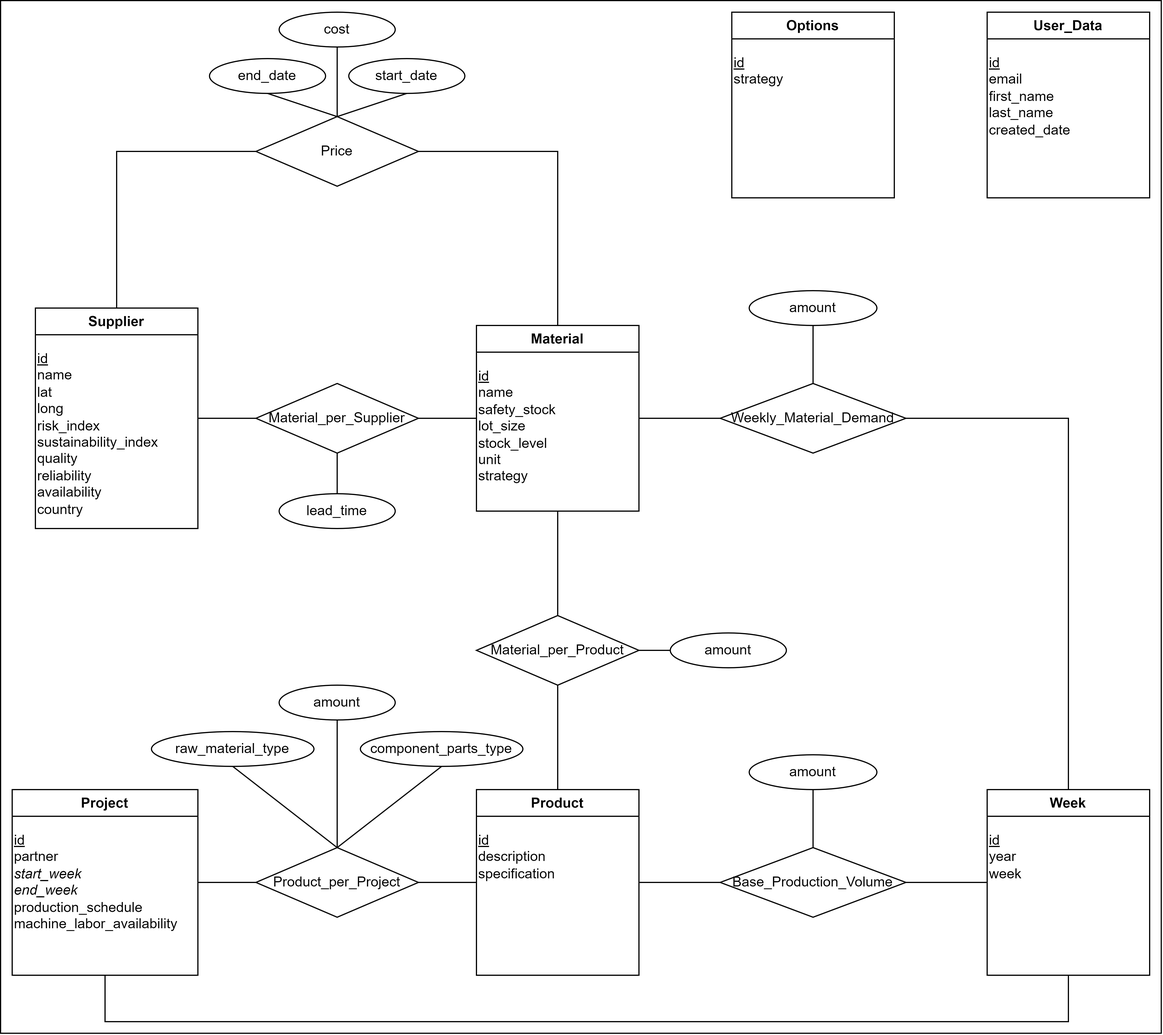
Earlier version of the draw.io export lib/png/UML.drawio.png (DERBersk/batteryapi). Source tidied: cells renumbered, new cells last; positions are measured from the earlier drawing's top-left corner, leaving out a move shared by most shapes.
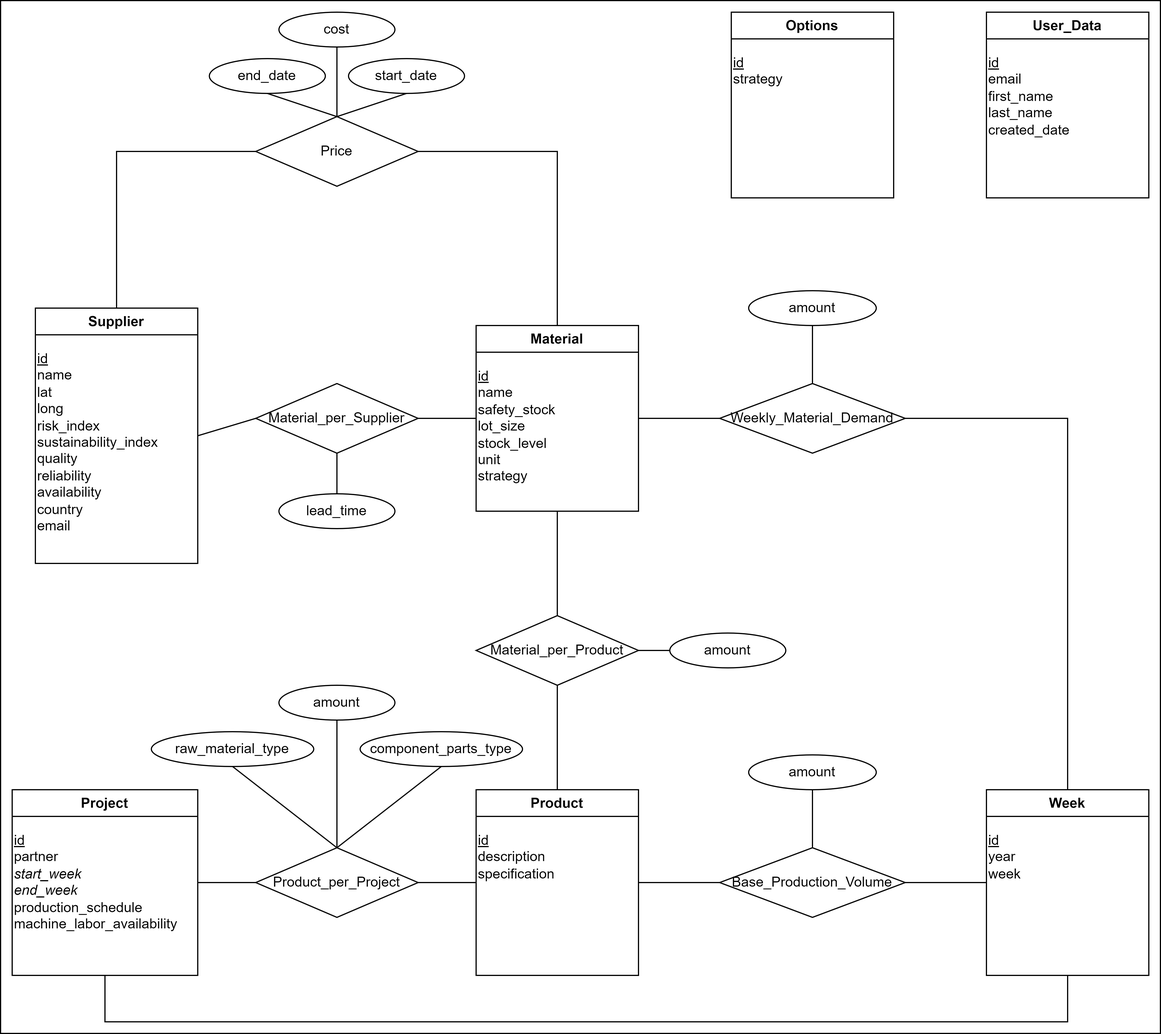
After the commit.

Commit message:
Email added and into external routes

Diff of the diagram source:
```diff
@@ -6,10 +6,10 @@
       <mxGeometry width="1000" height="890" as="geometry" />
     </mxCell>
     <mxCell id="3" value="Supplier" style="swimlane;whiteSpace=wrap;html=1;" parent="1" vertex="1">
-      <mxGeometry x="30" y="265" width="140" height="190" as="geometry" />
+      <mxGeometry x="30" y="265" width="140" height="220" as="geometry" />
     </mxCell>
-    <mxCell id="4" value="&lt;u&gt;id&lt;br&gt;&lt;/u&gt;name&lt;br&gt;&lt;div style=&quot;&quot;&gt;&lt;span style=&quot;background-color: initial;&quot;&gt;lat&lt;/span&gt;&lt;/div&gt;&lt;div style=&quot;&quot;&gt;&lt;span style=&quot;background-color: initial;&quot;&gt;long&lt;/span&gt;&lt;/div&gt;&lt;div style=&quot;&quot;&gt;&lt;span style=&quot;background-color: initial;&quot;&gt;risk_index&lt;/span&gt;&lt;/div&gt;&lt;div style=&quot;&quot;&gt;&lt;span style=&quot;background-color: initial;&quot;&gt;sustainability_index&lt;/span&gt;&lt;/div&gt;&lt;div style=&quot;&quot;&gt;&lt;span style=&quot;background-color: initial;&quot;&gt;quality&lt;/span&gt;&lt;/div&gt;&lt;div style=&quot;&quot;&gt;&lt;span style=&quot;background-color: initial;&quot;&gt;reliability&lt;/span&gt;&lt;/div&gt;&lt;div style=&quot;&quot;&gt;&lt;span style=&quot;background-color: initial;&quot;&gt;availability&lt;/span&gt;&lt;/div&gt;&lt;div style=&quot;&quot;&gt;&lt;span style=&quot;background-color: initial;&quot;&gt;country&lt;/span&gt;&lt;/div&gt;" style="text;html=1;align=left;verticalAlign=top;strokeColor=none;fillColor=none;" parent="3" vertex="1">
-      <mxGeometry y="30" width="130" height="160" as="geometry" />
+    <mxCell id="4" value="&lt;u&gt;id&lt;br&gt;&lt;/u&gt;name&lt;br&gt;&lt;div style=&quot;&quot;&gt;&lt;span style=&quot;background-color: initial;&quot;&gt;lat&lt;/span&gt;&lt;/div&gt;&lt;div style=&quot;&quot;&gt;&lt;span style=&quot;background-color: initial;&quot;&gt;long&lt;/span&gt;&lt;/div&gt;&lt;div style=&quot;&quot;&gt;&lt;span style=&quot;background-color: initial;&quot;&gt;risk_index&lt;/span&gt;&lt;/div&gt;&lt;div style=&quot;&quot;&gt;&lt;span style=&quot;background-color: initial;&quot;&gt;sustainability_index&lt;/span&gt;&lt;/div&gt;&lt;div style=&quot;&quot;&gt;&lt;span style=&quot;background-color: initial;&quot;&gt;quality&lt;/span&gt;&lt;/div&gt;&lt;div style=&quot;&quot;&gt;&lt;span style=&quot;background-color: initial;&quot;&gt;reliability&lt;/span&gt;&lt;/div&gt;&lt;div style=&quot;&quot;&gt;&lt;span style=&quot;background-color: initial;&quot;&gt;availability&lt;/span&gt;&lt;/div&gt;&lt;div style=&quot;&quot;&gt;&lt;span style=&quot;background-color: initial;&quot;&gt;country&lt;/span&gt;&lt;/div&gt;&lt;div style=&quot;&quot;&gt;&lt;span style=&quot;background-color: initial;&quot;&gt;email&lt;/span&gt;&lt;/div&gt;&lt;div style=&quot;&quot;&gt;&lt;span style=&quot;background-color: initial;&quot;&gt;&lt;br&gt;&lt;/span&gt;&lt;/div&gt;" style="text;html=1;align=left;verticalAlign=top;strokeColor=none;fillColor=none;" parent="3" vertex="1">
+      <mxGeometry y="30" width="130" height="190" as="geometry" />
     </mxCell>
     <mxCell id="5" style="edgeStyle=orthogonalEdgeStyle;rounded=0;jettySize=auto;html=1;exitX=1;exitY=0.5;exitDx=0;exitDy=0;entryX=0;entryY=0.5;entryDx=0;entryDy=0;endArrow=none;endFill=0;" parent="1" edge="1" source="6" target="52">
       <mxGeometry relative="1" as="geometry" />
```
